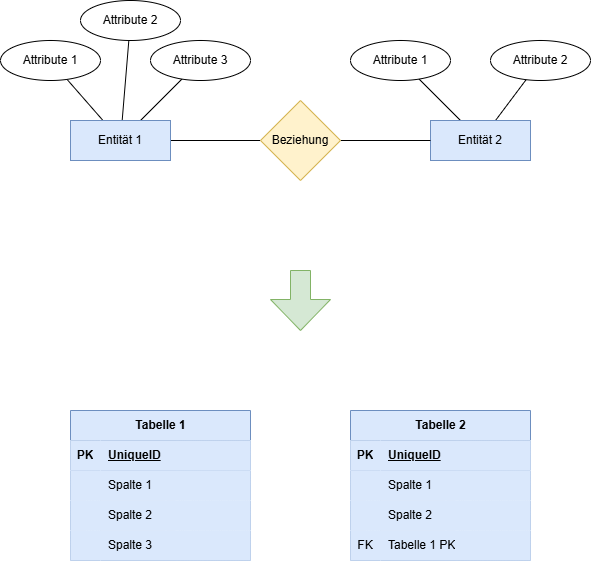
Above: slides/content/slides/Informatik/Database/assets/er-to-relationschema.drawio.png in HTL-Wolfsberg-Betriebsinformatik/skript (draw.io), before the change. Source tidied: cells renumbered, new cells last; positions are measured from the earlier drawing's top-left corner, leaving out a move shared by most shapes. Its diagram source:
```xml
<mxGraphModel>
  <root>
    <mxCell id="0" />
    <mxCell id="1" parent="0" />
    <mxCell id="2" style="edgeStyle=none;html=1;endArrow=none;endFill=0;" parent="1" edge="1" source="6" target="11">
      <mxGeometry relative="1" as="geometry" />
    </mxCell>
    <mxCell id="3" style="edgeStyle=none;html=1;endArrow=none;endFill=0;" parent="1" edge="1" source="6" target="41">
      <mxGeometry relative="1" as="geometry" />
    </mxCell>
    <mxCell id="4" style="edgeStyle=none;html=1;endArrow=none;endFill=0;" parent="1" edge="1" source="6" target="40">
      <mxGeometry relative="1" as="geometry" />
    </mxCell>
    <mxCell id="5" style="edgeStyle=none;html=1;endArrow=none;endFill=0;" parent="1" edge="1" source="6" target="39">
      <mxGeometry relative="1" as="geometry" />
    </mxCell>
    <mxCell id="6" value="Entität 1" style="whiteSpace=wrap;html=1;align=center;fillColor=#dae8fc;strokeColor=#6c8ebf;" parent="1" vertex="1">
      <mxGeometry x="70" y="120" width="100" height="40" as="geometry" />
    </mxCell>
    <mxCell id="7" style="edgeStyle=none;html=1;endArrow=none;endFill=0;" parent="1" edge="1" source="9" target="42">
      <mxGeometry relative="1" as="geometry" />
    </mxCell>
    <mxCell id="8" style="edgeStyle=none;html=1;endArrow=none;endFill=0;" parent="1" edge="1" source="9" target="43">
      <mxGeometry relative="1" as="geometry" />
    </mxCell>
    <mxCell id="9" value="Entität 2" style="whiteSpace=wrap;html=1;align=center;fillColor=#dae8fc;strokeColor=#6c8ebf;" parent="1" vertex="1">
      <mxGeometry x="430" y="120" width="100" height="40" as="geometry" />
    </mxCell>
    <mxCell id="10" style="edgeStyle=none;html=1;endArrow=none;endFill=0;" parent="1" edge="1" source="11" target="9">
      <mxGeometry relative="1" as="geometry" />
    </mxCell>
    <mxCell id="11" value="Beziehung" style="rhombus;whiteSpace=wrap;html=1;fillColor=#fff2cc;strokeColor=#d6b656;" parent="1" vertex="1">
      <mxGeometry x="260" y="100" width="80" height="80" as="geometry" />
    </mxCell>
    <mxCell id="12" value="Tabelle 1" style="shape=table;startSize=30;rowLines=0;fontStyle=1;align=center;html=1;fillColor=#dae8fc;strokeColor=#6c8ebf;" parent="1" vertex="1">
      <mxGeometry x="70" y="410" width="180" height="150" as="geometry" />
    </mxCell>
    <mxCell id="13" style="shape=tableRow;horizontal=0;startSize=0;swimlaneHead=0;swimlaneBody=0;fillColor=#dae8fc;top=0;left=0;right=0;bottom=1;strokeColor=#6c8ebf;" parent="12" vertex="1">
      <mxGeometry y="30" width="180" height="30" as="geometry" />
    </mxCell>
    <mxCell id="14" value="PK" style="shape=partialRectangle;fillColor=#dae8fc;top=0;left=0;bottom=0;right=0;fontStyle=1;overflow=hidden;whiteSpace=wrap;html=1;strokeColor=#6c8ebf;" parent="13" vertex="1">
      <mxGeometry width="30" height="30" as="geometry" />
    </mxCell>
    <mxCell id="15" value="UniqueID" style="shape=partialRectangle;fillColor=#dae8fc;top=0;left=0;bottom=0;right=0;align=left;spacingLeft=6;fontStyle=5;overflow=hidden;whiteSpace=wrap;html=1;strokeColor=#6c8ebf;" parent="13" vertex="1">
      <mxGeometry x="30" width="150" height="30" as="geometry" />
    </mxCell>
    <mxCell id="16" style="shape=tableRow;horizontal=0;startSize=0;swimlaneHead=0;swimlaneBody=0;fillColor=#dae8fc;top=0;left=0;right=0;bottom=0;strokeColor=#6c8ebf;" parent="12" vertex="1">
      <mxGeometry y="60" width="180" height="30" as="geometry" />
    </mxCell>
    <mxCell id="17" style="shape=partialRectangle;fillColor=#dae8fc;top=0;left=0;bottom=0;right=0;overflow=hidden;whiteSpace=wrap;html=1;strokeColor=#6c8ebf;" parent="16" vertex="1">
      <mxGeometry width="30" height="30" as="geometry" />
    </mxCell>
    <mxCell id="18" value="Spalte 1" style="shape=partialRectangle;fillColor=#dae8fc;top=0;left=0;bottom=0;right=0;align=left;spacingLeft=6;overflow=hidden;whiteSpace=wrap;html=1;strokeColor=#6c8ebf;" parent="16" vertex="1">
      <mxGeometry x="30" width="150" height="30" as="geometry" />
    </mxCell>
    <mxCell id="19" style="shape=tableRow;horizontal=0;startSize=0;swimlaneHead=0;swimlaneBody=0;fillColor=#dae8fc;top=0;left=0;right=0;bottom=0;strokeColor=#6c8ebf;" parent="12" vertex="1">
      <mxGeometry y="90" width="180" height="30" as="geometry" />
    </mxCell>
    <mxCell id="20" style="shape=partialRectangle;fillColor=#dae8fc;top=0;left=0;bottom=0;right=0;overflow=hidden;whiteSpace=wrap;html=1;strokeColor=#6c8ebf;" parent="19" vertex="1">
      <mxGeometry width="30" height="30" as="geometry" />
    </mxCell>
    <mxCell id="21" value="Spalte 2" style="shape=partialRectangle;fillColor=#dae8fc;top=0;left=0;bottom=0;right=0;align=left;spacingLeft=6;overflow=hidden;whiteSpace=wrap;html=1;strokeColor=#6c8ebf;" parent="19" vertex="1">
      <mxGeometry x="30" width="150" height="30" as="geometry" />
    </mxCell>
    <mxCell id="22" style="shape=tableRow;horizontal=0;startSize=0;swimlaneHead=0;swimlaneBody=0;fillColor=#dae8fc;top=0;left=0;right=0;bottom=0;strokeColor=#6c8ebf;" parent="12" vertex="1">
      <mxGeometry y="120" width="180" height="30" as="geometry" />
    </mxCell>
    <mxCell id="23" style="shape=partialRectangle;fillColor=#dae8fc;top=0;left=0;bottom=0;right=0;overflow=hidden;whiteSpace=wrap;html=1;strokeColor=#6c8ebf;" parent="22" vertex="1">
      <mxGeometry width="30" height="30" as="geometry" />
    </mxCell>
    <mxCell id="24" value="Spalte 3" style="shape=partialRectangle;fillColor=#dae8fc;top=0;left=0;bottom=0;right=0;align=left;spacingLeft=6;overflow=hidden;whiteSpace=wrap;html=1;strokeColor=#6c8ebf;" parent="22" vertex="1">
      <mxGeometry x="30" width="150" height="30" as="geometry" />
    </mxCell>
    <mxCell id="25" value="Tabelle 2" style="shape=table;startSize=30;rowLines=0;fontStyle=1;align=center;html=1;fillColor=#dae8fc;strokeColor=#6c8ebf;" parent="1" vertex="1">
      <mxGeometry x="350" y="410" width="180" height="150" as="geometry" />
    </mxCell>
    <mxCell id="26" style="shape=tableRow;horizontal=0;startSize=0;swimlaneHead=0;swimlaneBody=0;fillColor=#dae8fc;top=0;left=0;right=0;bottom=1;strokeColor=#6c8ebf;" parent="25" vertex="1">
      <mxGeometry y="30" width="180" height="30" as="geometry" />
    </mxCell>
    <mxCell id="27" value="PK" style="shape=partialRectangle;fillColor=#dae8fc;top=0;left=0;bottom=0;right=0;fontStyle=1;overflow=hidden;whiteSpace=wrap;html=1;strokeColor=#6c8ebf;" parent="26" vertex="1">
      <mxGeometry width="30" height="30" as="geometry" />
    </mxCell>
    <mxCell id="28" value="UniqueID" style="shape=partialRectangle;fillColor=#dae8fc;top=0;left=0;bottom=0;right=0;align=left;spacingLeft=6;fontStyle=5;overflow=hidden;whiteSpace=wrap;html=1;strokeColor=#6c8ebf;" parent="26" vertex="1">
      <mxGeometry x="30" width="150" height="30" as="geometry" />
    </mxCell>
    <mxCell id="29" style="shape=tableRow;horizontal=0;startSize=0;swimlaneHead=0;swimlaneBody=0;fillColor=#dae8fc;top=0;left=0;right=0;bottom=0;strokeColor=#6c8ebf;" parent="25" vertex="1">
      <mxGeometry y="60" width="180" height="30" as="geometry" />
    </mxCell>
    <mxCell id="30" style="shape=partialRectangle;fillColor=#dae8fc;top=0;left=0;bottom=0;right=0;overflow=hidden;whiteSpace=wrap;html=1;strokeColor=#6c8ebf;" parent="29" vertex="1">
      <mxGeometry width="30" height="30" as="geometry" />
    </mxCell>
    <mxCell id="31" value="Spalte 1" style="shape=partialRectangle;fillColor=#dae8fc;top=0;left=0;bottom=0;right=0;align=left;spacingLeft=6;overflow=hidden;whiteSpace=wrap;html=1;strokeColor=#6c8ebf;" parent="29" vertex="1">
      <mxGeometry x="30" width="150" height="30" as="geometry" />
    </mxCell>
    <mxCell id="32" style="shape=tableRow;horizontal=0;startSize=0;swimlaneHead=0;swimlaneBody=0;fillColor=#dae8fc;top=0;left=0;right=0;bottom=0;strokeColor=#6c8ebf;" parent="25" vertex="1">
      <mxGeometry y="90" width="180" height="30" as="geometry" />
    </mxCell>
    <mxCell id="33" style="shape=partialRectangle;fillColor=#dae8fc;top=0;left=0;bottom=0;right=0;overflow=hidden;whiteSpace=wrap;html=1;strokeColor=#6c8ebf;" parent="32" vertex="1">
      <mxGeometry width="30" height="30" as="geometry" />
    </mxCell>
    <mxCell id="34" value="Spalte 2" style="shape=partialRectangle;fillColor=#dae8fc;top=0;left=0;bottom=0;right=0;align=left;spacingLeft=6;overflow=hidden;whiteSpace=wrap;html=1;strokeColor=#6c8ebf;" parent="32" vertex="1">
      <mxGeometry x="30" width="150" height="30" as="geometry" />
    </mxCell>
    <mxCell id="35" style="shape=tableRow;horizontal=0;startSize=0;swimlaneHead=0;swimlaneBody=0;fillColor=#dae8fc;top=0;left=0;right=0;bottom=0;strokeColor=#6c8ebf;" parent="25" vertex="1">
      <mxGeometry y="120" width="180" height="30" as="geometry" />
    </mxCell>
    <mxCell id="36" value="FK" style="shape=partialRectangle;fillColor=#dae8fc;top=0;left=0;bottom=0;right=0;overflow=hidden;whiteSpace=wrap;html=1;strokeColor=#6c8ebf;" parent="35" vertex="1">
      <mxGeometry width="30" height="30" as="geometry" />
    </mxCell>
    <mxCell id="37" value="Tabelle 1 PK" style="shape=partialRectangle;fillColor=#dae8fc;top=0;left=0;bottom=0;right=0;align=left;spacingLeft=6;overflow=hidden;whiteSpace=wrap;html=1;strokeColor=#6c8ebf;" parent="35" vertex="1">
      <mxGeometry x="30" width="150" height="30" as="geometry" />
    </mxCell>
    <mxCell id="38" style="shape=singleArrow;direction=south;whiteSpace=wrap;html=1;arrowWidth=0.3333333333333333;arrowSize=0.5166666666666667;fillColor=#d5e8d4;strokeColor=#82b366;" parent="1" vertex="1">
      <mxGeometry x="270" y="270" width="60" height="60" as="geometry" />
    </mxCell>
    <mxCell id="39" value="Attribute 1" style="ellipse;whiteSpace=wrap;html=1;align=center;" parent="1" vertex="1">
      <mxGeometry y="40" width="100" height="40" as="geometry" />
    </mxCell>
    <mxCell id="40" value="Attribute 2" style="ellipse;whiteSpace=wrap;html=1;align=center;" parent="1" vertex="1">
      <mxGeometry x="80" width="100" height="40" as="geometry" />
    </mxCell>
    <mxCell id="41" value="Attribute 3" style="ellipse;whiteSpace=wrap;html=1;align=center;" parent="1" vertex="1">
      <mxGeometry x="150" y="40" width="100" height="40" as="geometry" />
    </mxCell>
    <mxCell id="42" value="Attribute 1" style="ellipse;whiteSpace=wrap;html=1;align=center;" parent="1" vertex="1">
      <mxGeometry x="350" y="40" width="100" height="40" as="geometry" />
    </mxCell>
    <mxCell id="43" value="Attribute 2" style="ellipse;whiteSpace=wrap;html=1;align=center;" parent="1" vertex="1">
      <mxGeometry x="490" y="40" width="100" height="40" as="geometry" />
    </mxCell>
  </root>
</mxGraphModel>
```
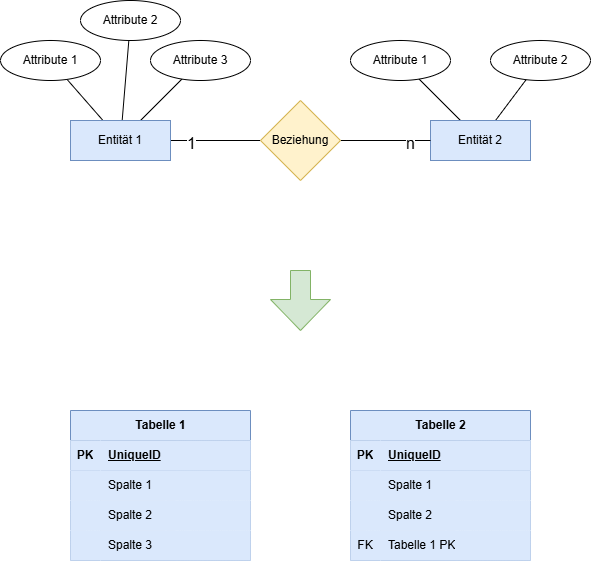
The same file after the commit.

Change to the diagram source:
```diff
@@ -5,6 +5,9 @@
     <mxCell id="2" style="edgeStyle=none;html=1;endArrow=none;endFill=0;" parent="1" edge="1" source="6" target="11">
       <mxGeometry relative="1" as="geometry" />
     </mxCell>
+    <mxCell id="44" value="1" style="edgeLabel;html=1;align=center;verticalAlign=middle;fontSize=16;" parent="2" vertex="1">
+      <mxGeometry x="-0.56" y="-2" relative="1" as="geometry" />
+    </mxCell>
     <mxCell id="3" style="edgeStyle=none;html=1;endArrow=none;endFill=0;" parent="1" edge="1" source="6" target="41">
       <mxGeometry relative="1" as="geometry" />
     </mxCell>
@@ -29,6 +32,9 @@
     <mxCell id="10" style="edgeStyle=none;html=1;endArrow=none;endFill=0;" parent="1" edge="1" source="11" target="9">
       <mxGeometry relative="1" as="geometry" />
     </mxCell>
+    <mxCell id="45" value="n" style="edgeLabel;html=1;align=center;verticalAlign=middle;fontSize=16;" parent="10" vertex="1">
+      <mxGeometry x="0.53" y="-2" relative="1" as="geometry" />
+    </mxCell>
     <mxCell id="11" value="Beziehung" style="rhombus;whiteSpace=wrap;html=1;fillColor=#fff2cc;strokeColor=#d6b656;" parent="1" vertex="1">
       <mxGeometry x="260" y="100" width="80" height="80" as="geometry" />
     </mxCell>
```
